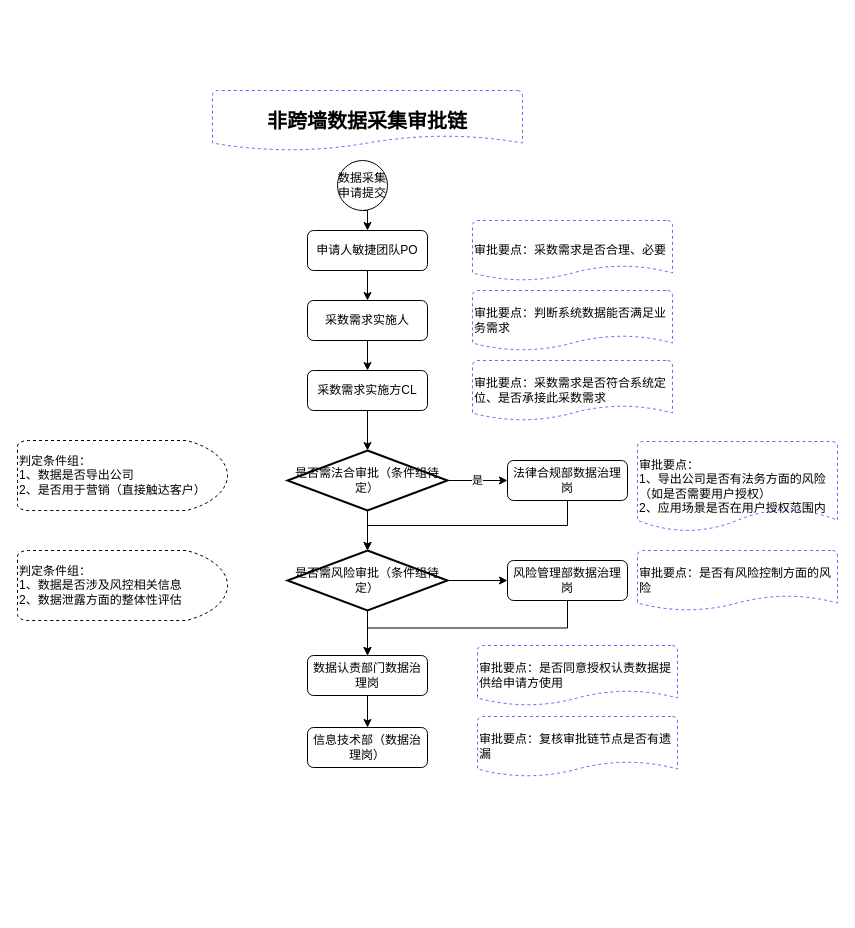
The draw.io diagram 数据授权.drawio in sidonghua/wuziqi, before the edit. Source tidied: cells renumbered, new cells numbered last; positions are measured from the earlier drawing's top-left corner, leaving out a move shared by most shapes. Both pictures are drawn from the tidied source at 100%, with x=0, y=0 at pixel (17, 90).
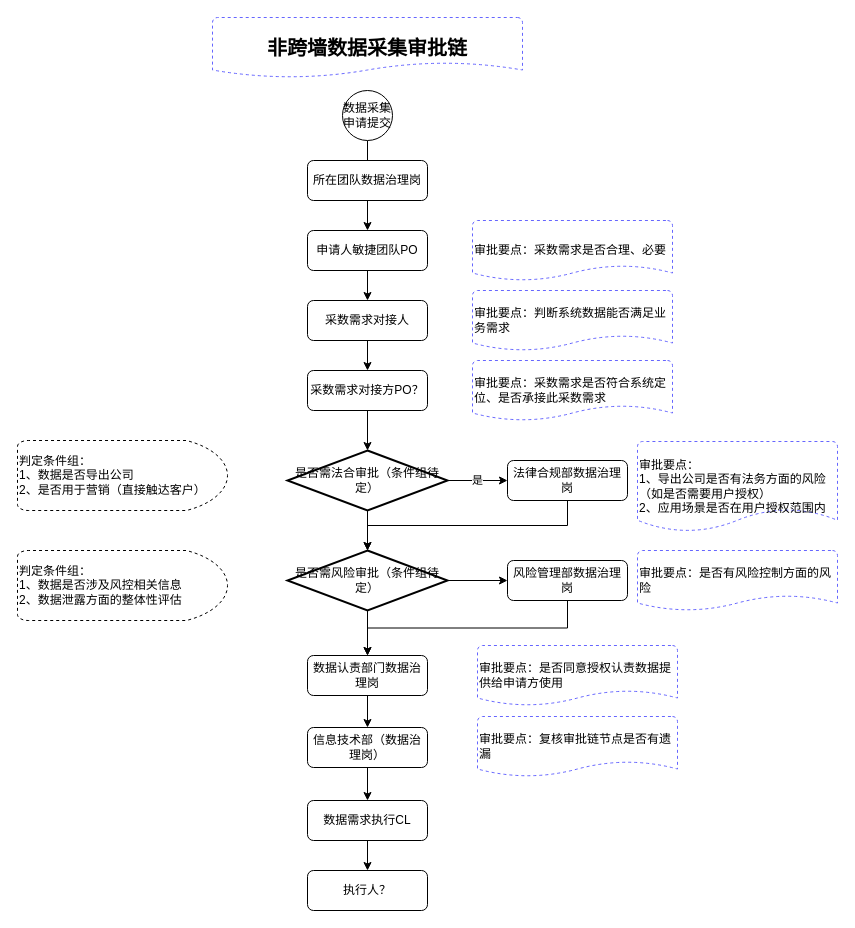
The same page after the edit.

Unchanged cells that the change refers to:
```xml
<mxCell id="22" value="信息技术部（数据治理岗）" style="rounded=1;whiteSpace=wrap;html=1;" parent="1" vertex="1">
  <mxGeometry x="290" y="637" width="120" height="40" as="geometry" />
</mxCell>
```

Diff of the diagram source:
```diff
@@
     <mxCell id="3" value="数据采集申请提交" style="ellipse;whiteSpace=wrap;html=1;" parent="1" vertex="1">
-      <mxGeometry x="320" y="70" width="50" height="50" as="geometry" />
+      <mxGeometry x="325" width="50" height="50" as="geometry" />
     </mxCell>
@@
-    <mxCell id="5" value="&lt;span&gt;采数需求实施人&lt;/span&gt;" style="rounded=1;whiteSpace=wrap;html=1;" parent="1" vertex="1">
+    <mxCell id="5" value="&lt;span&gt;采数需求对接人&lt;/span&gt;" style="rounded=1;whiteSpace=wrap;html=1;" parent="1" vertex="1">
       <mxGeometry x="290" y="210" width="120" height="40" as="geometry" />
     </mxCell>
@@
-    <mxCell id="7" value="采数需求实施方CL" style="rounded=1;whiteSpace=wrap;html=1;" parent="1" vertex="1">
+    <mxCell id="7" value="采数需求对接方PO？" style="rounded=1;whiteSpace=wrap;html=1;" parent="1" vertex="1">
       <mxGeometry x="290" y="280" width="120" height="40" as="geometry" />
     </mxCell>
@@
+    <mxCell id="33" style="edgeStyle=orthogonalEdgeStyle;rounded=0;jettySize=auto;html=1;" parent="1" edge="1" source="22" target="37">
+      <mxGeometry relative="1" as="geometry" />
+    </mxCell>
@@
     <mxCell id="32" value="&lt;b&gt;&lt;font style=&quot;font-size: 20px&quot;&gt;非跨墙数据采集审批链&lt;/font&gt;&lt;/b&gt;" style="strokeWidth=1;html=1;shape=mxgraph.flowchart.document2;whiteSpace=wrap;size=0.25;strokeColor=#6666FF;align=center;dashed=1;" parent="1" vertex="1">
-      <mxGeometry x="195" width="310" height="60" as="geometry" />
+      <mxGeometry x="195" y="-73" width="310" height="60" as="geometry" />
     </mxCell>
+    <mxCell id="34" value="所在团队数据治理岗" style="rounded=1;whiteSpace=wrap;html=1;" parent="1" vertex="1">
+      <mxGeometry x="290" y="70" width="120" height="40" as="geometry" />
+    </mxCell>
+    <mxCell id="35" value="执行人？" style="rounded=1;whiteSpace=wrap;html=1;" parent="1" vertex="1">
+      <mxGeometry x="290" y="780" width="120" height="40" as="geometry" />
+    </mxCell>
+    <mxCell id="36" style="edgeStyle=orthogonalEdgeStyle;rounded=0;jettySize=auto;html=1;" parent="1" edge="1" source="37" target="35">
+      <mxGeometry relative="1" as="geometry" />
+    </mxCell>
+    <mxCell id="37" value="数据需求执行CL" style="rounded=1;whiteSpace=wrap;html=1;" parent="1" vertex="1">
+      <mxGeometry x="290" y="710" width="120" height="40" as="geometry" />
+    </mxCell>
```
